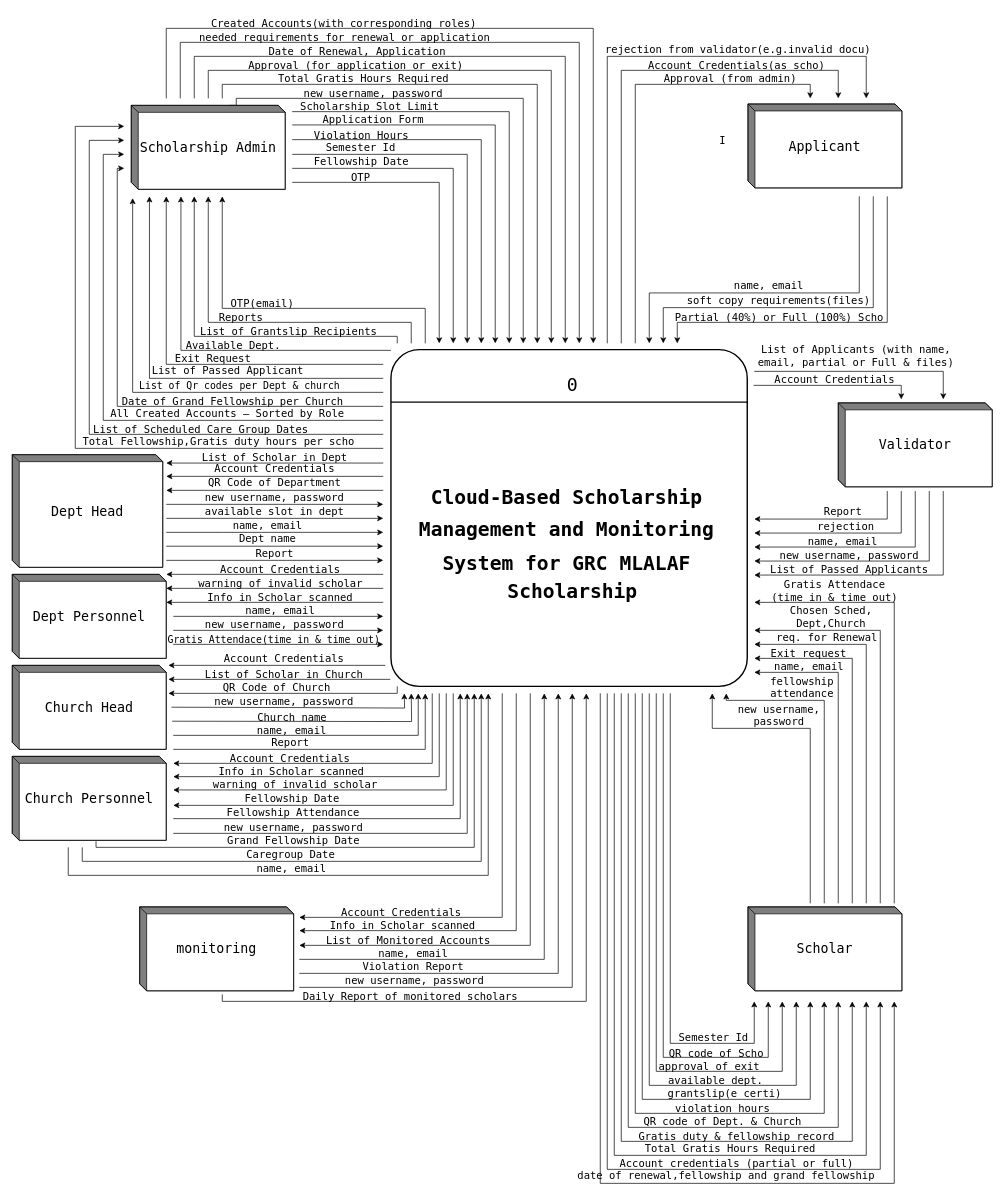
The draw.io diagram CD P.drawio in Bagay-0037/visuals, before the edit. Source tidied: cells renumbered, new cells numbered last; positions are measured from the earlier drawing's top-left corner, leaving out a move shared by most shapes. Both pictures are drawn from the tidied source at 70%, with x=0, y=0 at pixel (12, 12).
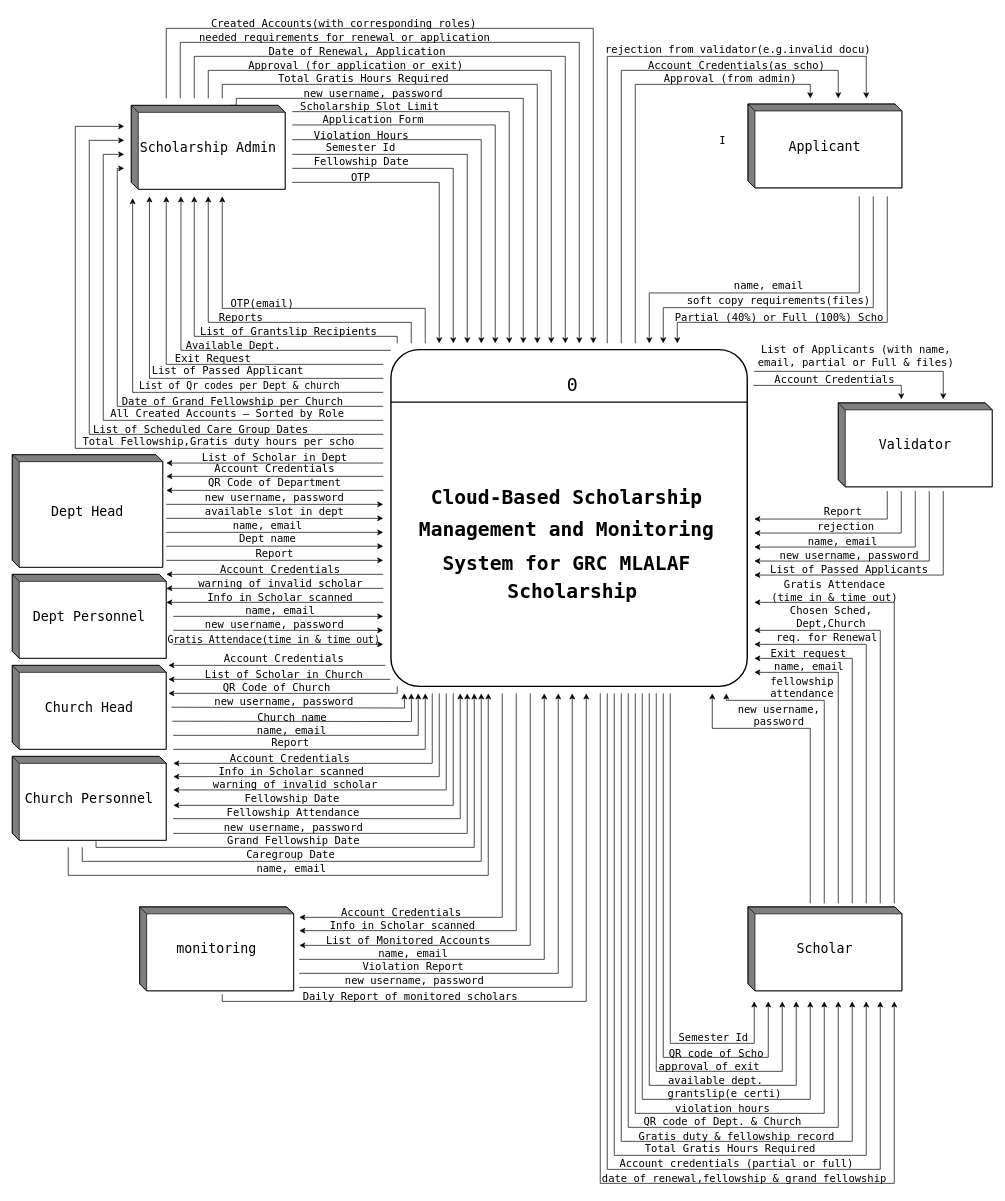
The same page after the edit.

The edit, as a diff of the source:
```diff
@@
-    <mxCell id="21" value="date of renewal,fellowship and grand fellowship" style="text;html=1;align=center;verticalAlign=middle;whiteSpace=wrap;rounded=0;fontFamily=Lucida Console;fontSize=15;" parent="1" vertex="1">
-      <mxGeometry x="800" y="1646" width="440" height="30" as="geometry" />
+    <mxCell id="21" value="date of renewal,fellowship &amp;amp; grand fellowship" style="text;html=1;align=center;verticalAlign=middle;whiteSpace=wrap;rounded=0;fontFamily=Lucida Console;fontSize=15;" parent="1" vertex="1">
+      <mxGeometry x="826" y="1651" width="440" height="30" as="geometry" />
     </mxCell>
```
